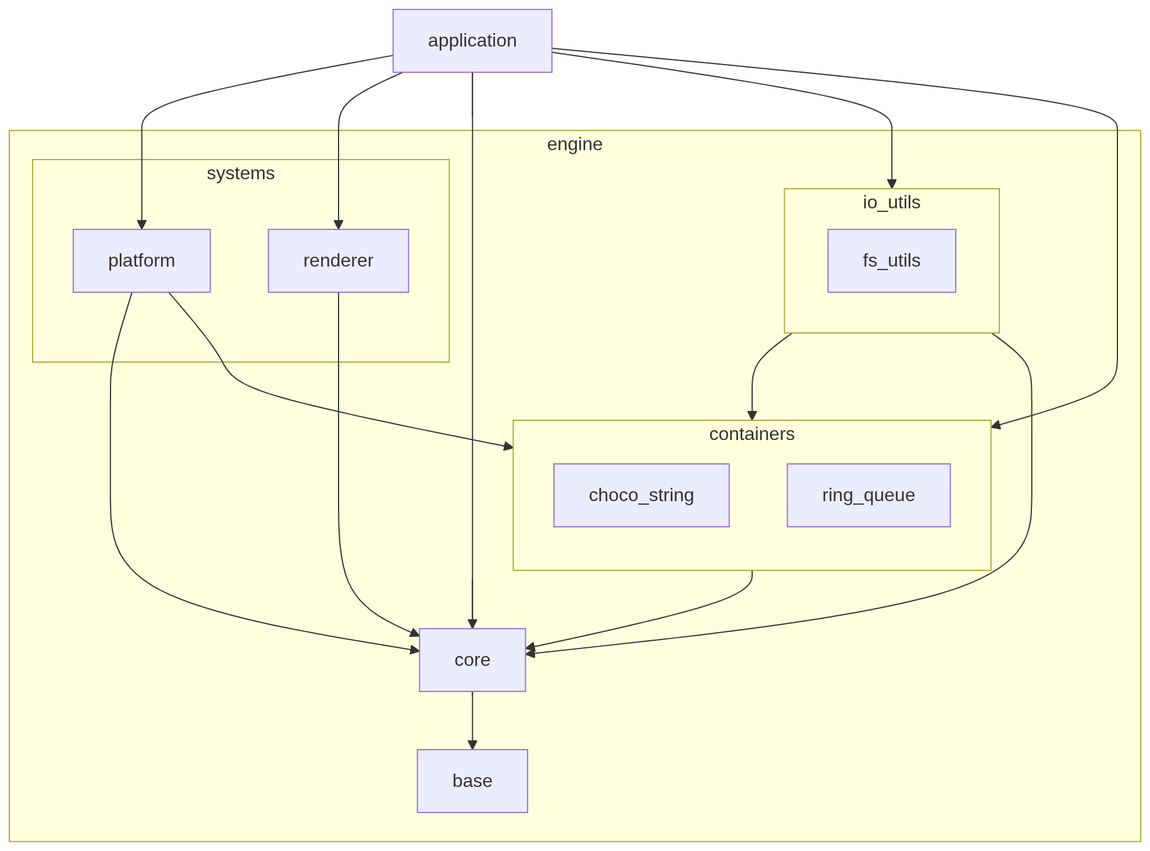
Earlier version of the Mermaid export docs/engine_overview.png (chocolate-pie24/gl_choco_engine). Its source is kept beside it as docs/engine_overview.mmd.
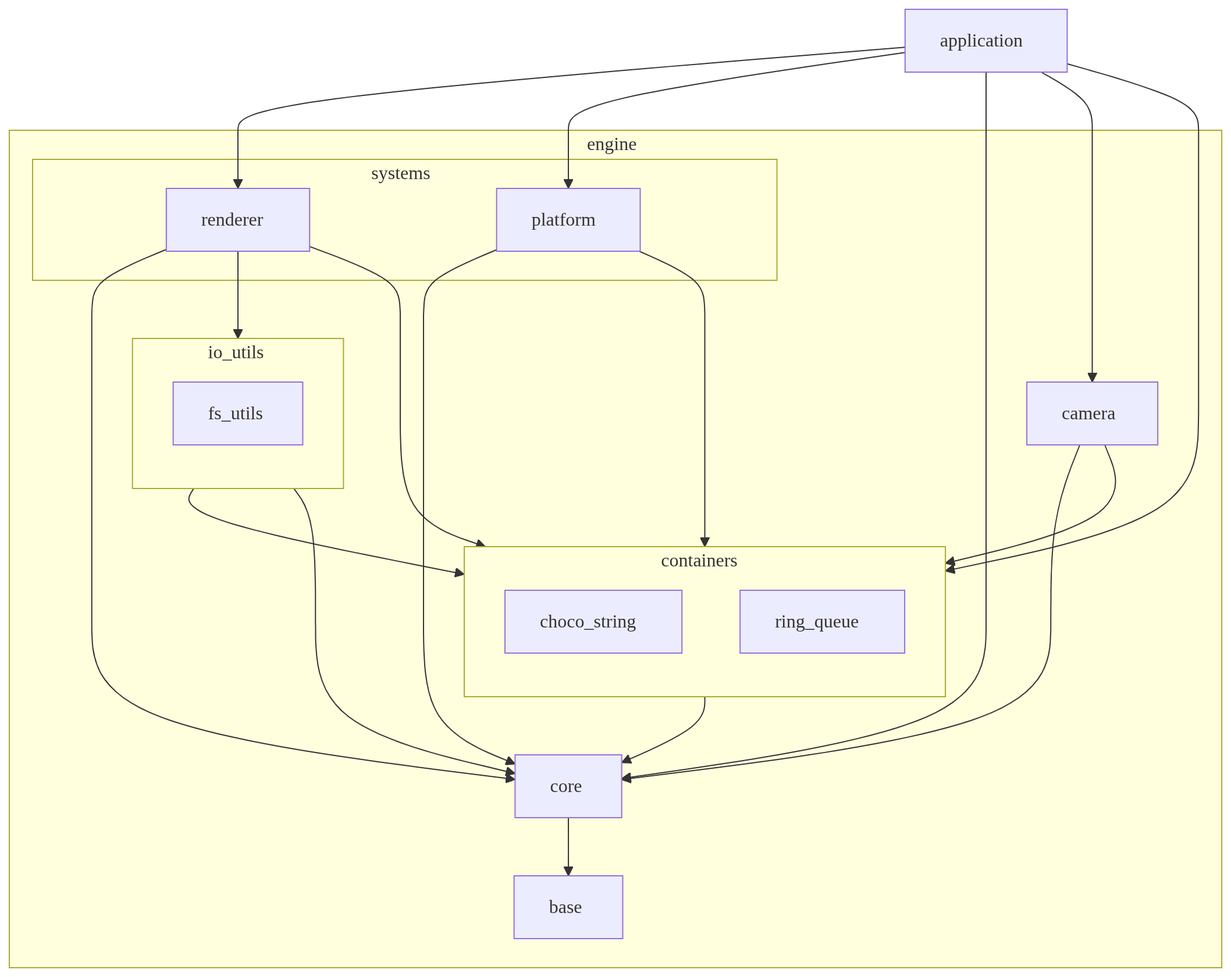
After the change.

Diff of the diagram source:
```diff
@@ -6,6 +6,8 @@
       PLATFORM[platform]
       RENDERER[renderer]
     end
+
+    CAMERA[camera]
 
     subgraph IO_UTILS[io_utils]
       FS_UTILS[fs_utils]
@@ -21,15 +23,20 @@
     BASE[base]
   end
 
+  APPLICATION --> RENDERER
   APPLICATION --> PLATFORM
-  APPLICATION --> RENDERER
-  APPLICATION --> IO_UTILS
   APPLICATION --> CORE
   APPLICATION --> CONTAINERS
+  APPLICATION --> CAMERA
 
   PLATFORM --> CONTAINERS
   PLATFORM --> CORE
   RENDERER --> CORE
+  RENDERER --> IO_UTILS
+  RENDERER --> CONTAINERS
+
+  CAMERA --> CORE
+  CAMERA --> CONTAINERS
 
   IO_UTILS --> CONTAINERS
   IO_UTILS --> CORE
```
